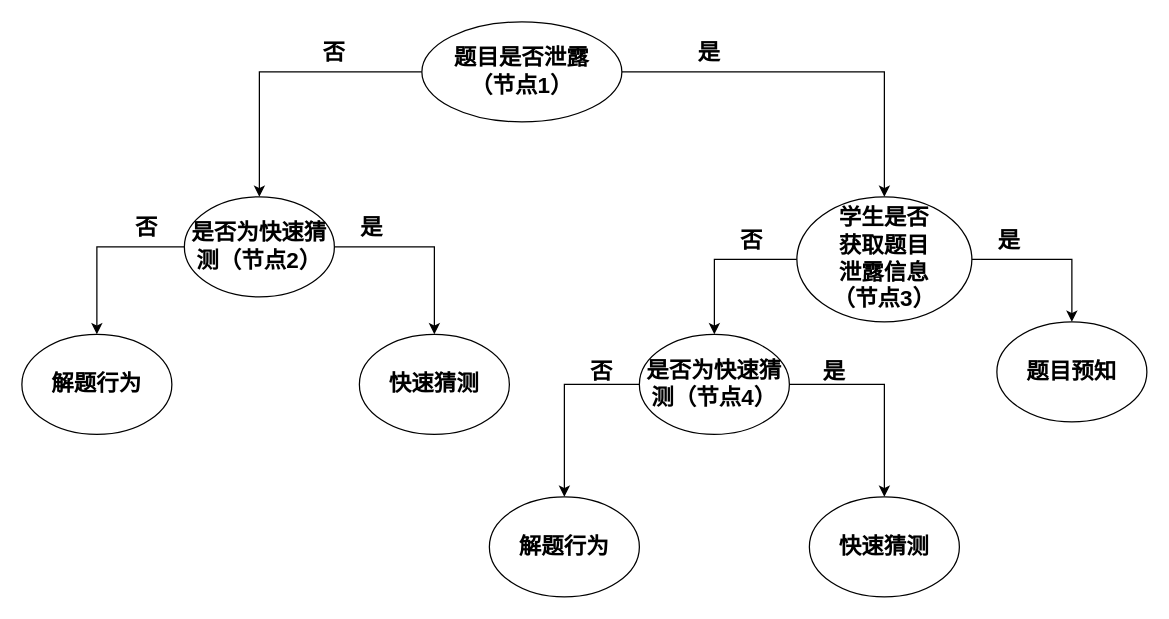
This is page "MMCDM-structure" (4 of 7) of two_stage.drawio from qipengchen/resources, a draw.io file, before an edit. Source tidied: cells renumbered, new cells numbered last; positions are measured from the earlier drawing's top-left corner, leaving out a move shared by most shapes. Both pictures are drawn from the tidied source at 125%, with x=0, y=0 at pixel (21, 21).
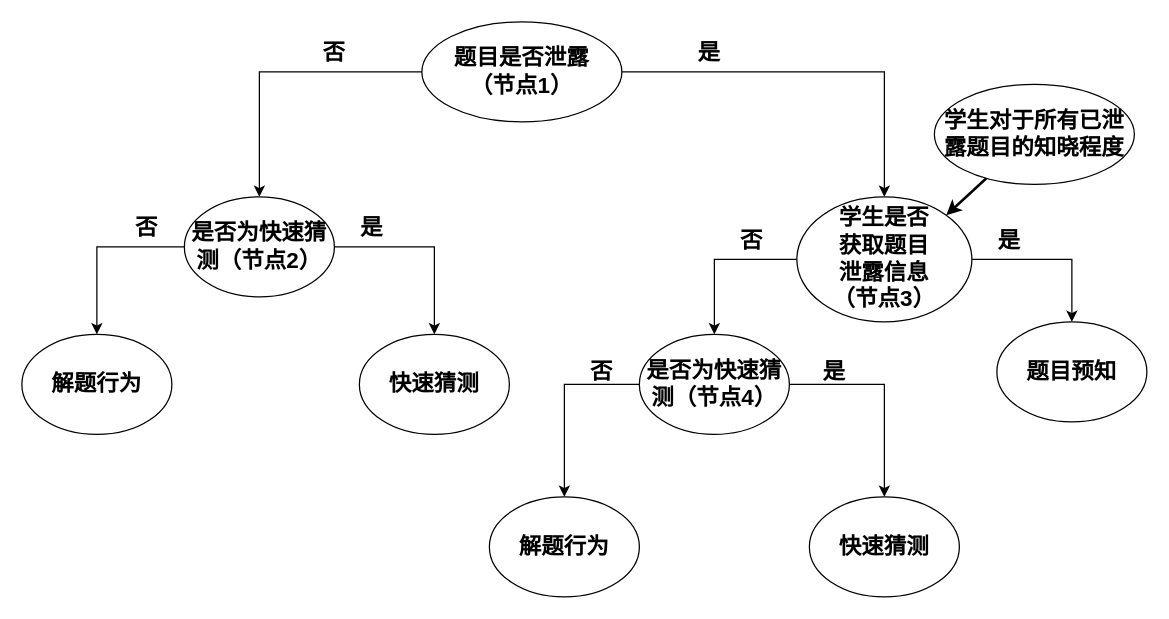
After the change.

Unchanged cells that the change refers to:
```xml
<mxCell id="10" value="学生是否&lt;br&gt;获取题目&lt;br&gt;泄露信息&lt;br&gt;（节点3）" style="ellipse;whiteSpace=wrap;html=1;fontSize=18;fontColor=#000000;fontStyle=1;" parent="1" vertex="1">
  <mxGeometry x="620" y="140" width="140" height="100" as="geometry" />
</mxCell>
```

Diff of the diagram source:
```diff
@@
+    <mxCell id="27" style="rounded=0;jettySize=auto;html=1;entryX=1;entryY=0;entryDx=0;entryDy=0;fontSize=18;strokeWidth=2;" parent="1" edge="1" source="28" target="10">
+      <mxGeometry relative="1" as="geometry" />
+    </mxCell>
+    <mxCell id="28" value="学生对于所有已泄露题目的知晓程度" style="ellipse;whiteSpace=wrap;html=1;fontSize=18;fontStyle=1;" parent="1" vertex="1">
+      <mxGeometry x="730" y="50" width="160" height="80" as="geometry" />
+    </mxCell>
```
